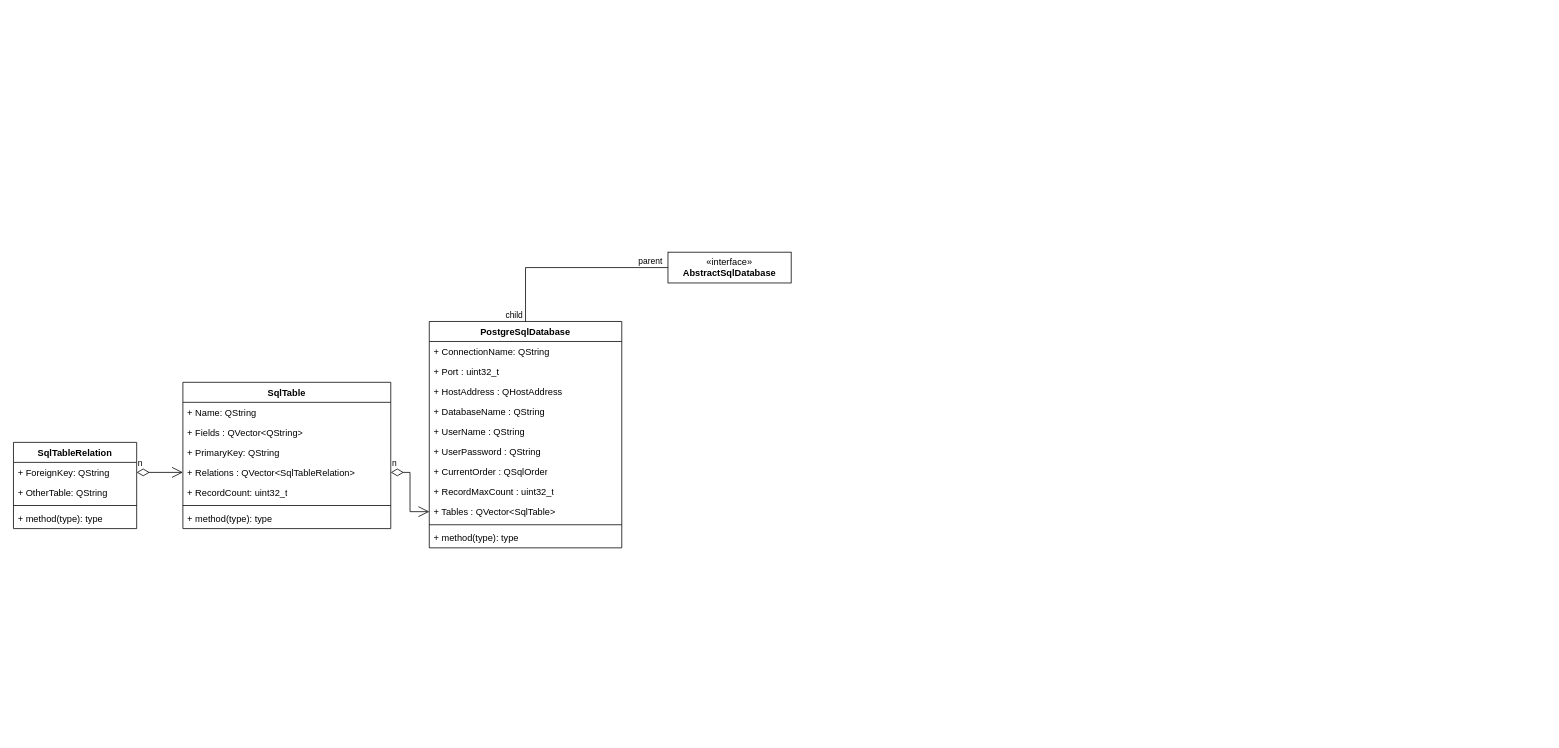
SultanLenvu/PersoAdmin keeps this draw.io diagram as Doc/uml.drawio. Above is the earlier version. Source tidied: cells renumbered, new cells numbered last; positions are measured from the earlier drawing's top-left corner, leaving out a move shared by most shapes. Both pictures are drawn from the tidied source at 77%, with x=0, y=0 at pixel (13, 252).
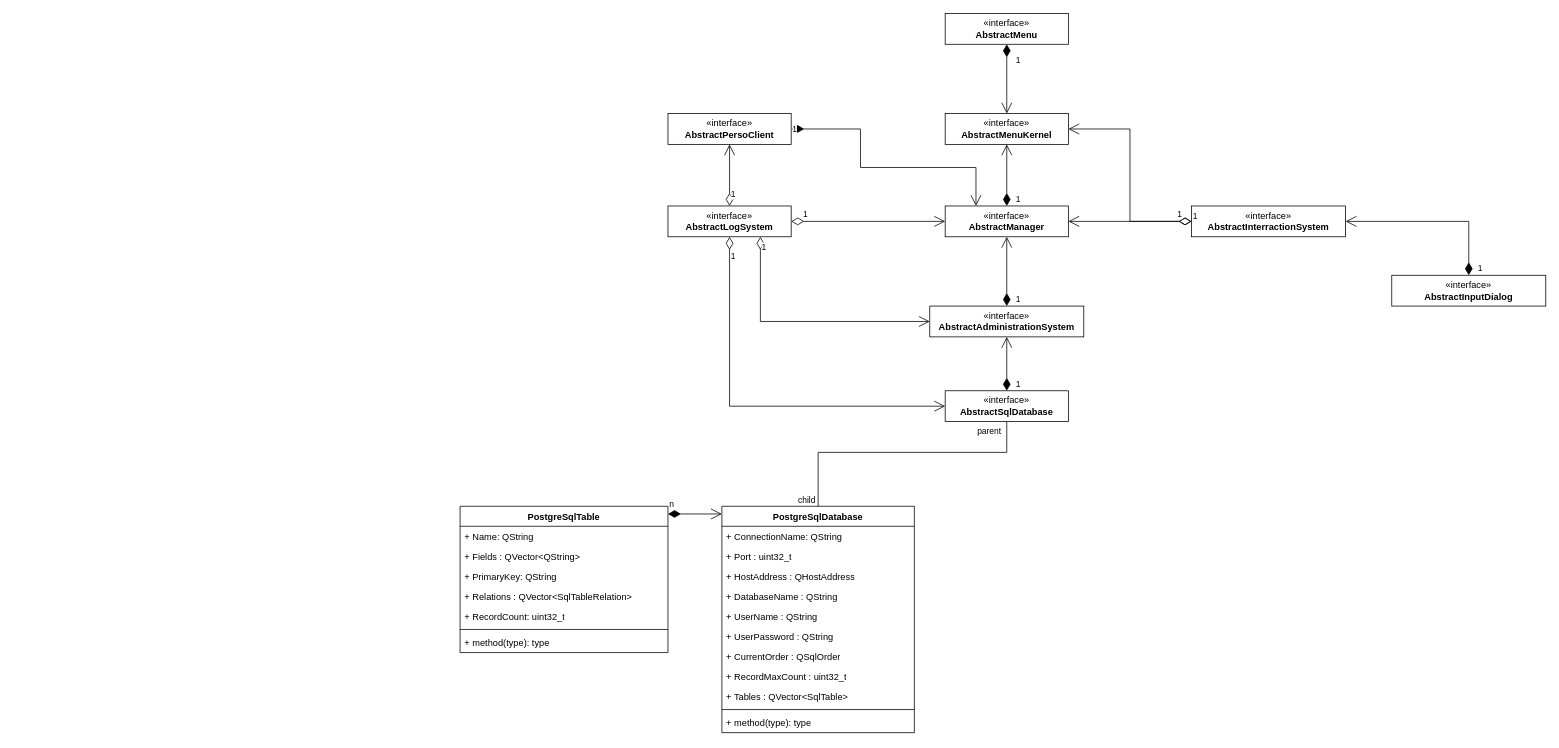
The same diagram, later.

Unchanged cells that the change refers to:
```xml
<mxCell id="11" value="+ Relations : QVector&amp;lt;SqlTableRelation&amp;gt;" style="text;strokeColor=none;fillColor=none;align=left;verticalAlign=top;spacingLeft=4;spacingRight=4;overflow=hidden;points=[[0,0.5],[1,0.5]];portConstraint=eastwest;whiteSpace=wrap;html=1;" parent="7" vertex="1">
  <mxGeometry y="104" width="270" height="26" as="geometry" />
</mxCell>
<mxCell id="25" value="+ Tables : QVector&amp;lt;SqlTable&amp;gt;" style="text;strokeColor=none;fillColor=none;align=left;verticalAlign=top;spacingLeft=4;spacingRight=4;overflow=hidden;points=[[0,0.5],[1,0.5]];portConstraint=eastwest;whiteSpace=wrap;html=1;" parent="16" vertex="1">
  <mxGeometry y="234" width="250" height="26" as="geometry" />
</mxCell>
```

Diff of the diagram source:
```diff
@@
-    <mxCell id="2" value="SqlTableRelation" style="swimlane;fontStyle=1;align=center;verticalAlign=top;horizontal=1;startSize=26;whiteSpace=wrap;html=1;" parent="1" vertex="1">
-      <mxGeometry y="247" width="160" height="112" as="geometry" />
-    </mxCell>
-    <mxCell id="3" value="+ ForeignKey: QString" style="text;strokeColor=none;fillColor=none;align=left;verticalAlign=top;spacingLeft=4;spacingRight=4;overflow=hidden;points=[[0,0.5],[1,0.5]];portConstraint=eastwest;whiteSpace=wrap;html=1;" parent="2" vertex="1">
-      <mxGeometry y="26" width="160" height="26" as="geometry" />
-    </mxCell>
-    <mxCell id="4" value="+ OtherTable: QString" style="text;strokeColor=none;fillColor=none;align=left;verticalAlign=top;spacingLeft=4;spacingRight=4;overflow=hidden;whiteSpace=wrap;html=1;" parent="2" vertex="1">
-      <mxGeometry y="52" width="160" height="26" as="geometry" />
-    </mxCell>
-    <mxCell id="5" style="line;strokeWidth=1;fillColor=none;align=left;verticalAlign=middle;spacingTop=-1;spacingLeft=3;spacingRight=3;labelPosition=right;strokeColor=inherit;" parent="2" vertex="1">
-      <mxGeometry y="78" width="160" height="8" as="geometry" />
-    </mxCell>
-    <mxCell id="6" value="+ method(type): type" style="text;strokeColor=none;fillColor=none;align=left;verticalAlign=top;spacingLeft=4;spacingRight=4;overflow=hidden;whiteSpace=wrap;html=1;" parent="2" vertex="1">
-      <mxGeometry y="86" width="160" height="26" as="geometry" />
-    </mxCell>
-    <mxCell id="7" value="SqlTable" style="swimlane;fontStyle=1;align=center;verticalAlign=top;horizontal=1;startSize=26;whiteSpace=wrap;html=1;" parent="1" vertex="1">
-      <mxGeometry x="220" y="169" width="270" height="190" as="geometry" />
+    <mxCell id="7" value="PostgreSqlTable" style="swimlane;fontStyle=1;align=center;verticalAlign=top;horizontal=1;startSize=26;whiteSpace=wrap;html=1;" parent="1" vertex="1">
+      <mxGeometry x="580" y="330" width="270" height="190" as="geometry" />
     </mxCell>
@@
     <mxCell id="15" value="«interface»&lt;br&gt;&lt;b&gt;AbstractSqlDatabase&lt;/b&gt;" style="html=1;whiteSpace=wrap;" parent="1" vertex="1">
-      <mxGeometry x="850" width="160" height="40" as="geometry" />
+      <mxGeometry x="1210" y="180" width="160" height="40" as="geometry" />
     </mxCell>
     <mxCell id="16" value="PostgreSqlDatabase" style="swimlane;fontStyle=1;align=center;verticalAlign=top;horizontal=1;startSize=26;whiteSpace=wrap;html=1;" parent="1" vertex="1">
-      <mxGeometry x="540" y="90" width="250" height="294" as="geometry" />
+      <mxGeometry x="920" y="330" width="250" height="294" as="geometry" />
     </mxCell>
@@
-    <mxCell id="28" style="endArrow=none;html=1;edgeStyle=orthogonalEdgeStyle;rounded=0;exitX=0;exitY=0.5;exitDx=0;exitDy=0;entryX=0.5;entryY=0;entryDx=0;entryDy=0;" parent="1" edge="1" source="15" target="16">
+    <mxCell id="28" style="endArrow=none;html=1;edgeStyle=orthogonalEdgeStyle;rounded=0;exitX=0.5;exitY=1;exitDx=0;exitDy=0;entryX=0.5;entryY=0;entryDx=0;entryDy=0;" parent="1" edge="1" source="15" target="16">
       <mxGeometry relative="1" as="geometry">
         <Array as="points">
-          <mxPoint x="665" y="20" />
+          <mxPoint x="1290" y="260" />
+          <mxPoint x="1045" y="260" />
         </Array>
       </mxGeometry>
     </mxCell>
     <mxCell id="29" value="parent" style="edgeLabel;html=1;align=left;verticalAlign=bottom;" parent="28" vertex="1">
       <mxGeometry x="-1" relative="1" as="geometry">
-        <mxPoint x="-40" as="offset" />
+        <mxPoint x="-40" y="20" as="offset" />
       </mxGeometry>
     </mxCell>
@@
-    <mxCell id="31" value="n" style="endArrow=open;html=1;endSize=12;startArrow=diamondThin;startSize=14;startFill=0;edgeStyle=orthogonalEdgeStyle;align=left;verticalAlign=bottom;rounded=0;" parent="1" edge="1" source="3" target="11">
-      <mxGeometry x="-1" y="3" relative="1" as="geometry" />
-    </mxCell>
-    <mxCell id="32" value="n" style="endArrow=open;html=1;endSize=12;startArrow=diamondThin;startSize=14;startFill=0;edgeStyle=orthogonalEdgeStyle;align=left;verticalAlign=bottom;rounded=0;" parent="1" edge="1" source="11" target="25">
-      <mxGeometry x="-1" y="3" relative="1" as="geometry" />
+    <mxCell id="32" value="n" style="endArrow=open;html=1;endSize=12;startArrow=diamondThin;startSize=14;startFill=1;edgeStyle=orthogonalEdgeStyle;align=left;verticalAlign=bottom;rounded=0;" parent="1" edge="1">
+      <mxGeometry x="-1" y="3" relative="1" as="geometry">
+        <mxPoint x="850" y="340" as="sourcePoint" />
+        <mxPoint x="920" y="340" as="targetPoint" />
+      </mxGeometry>
     </mxCell>
+    <mxCell id="33" value="«interface»&lt;br&gt;&lt;b&gt;AbstractMenu&lt;/b&gt;" style="html=1;whiteSpace=wrap;" parent="1" vertex="1">
+      <mxGeometry x="1210" y="-310" width="160" height="40" as="geometry" />
+    </mxCell>
+    <mxCell id="34" value="«interface»&lt;br&gt;&lt;b&gt;AbstractMenuKernel&lt;/b&gt;" style="html=1;whiteSpace=wrap;" parent="1" vertex="1">
+      <mxGeometry x="1210" y="-180" width="160" height="40" as="geometry" />
+    </mxCell>
+    <mxCell id="35" value="«interface»&lt;br&gt;&lt;b&gt;AbstractManager&lt;/b&gt;" style="html=1;whiteSpace=wrap;" parent="1" vertex="1">
+      <mxGeometry x="1210" y="-60" width="160" height="40" as="geometry" />
+    </mxCell>
+    <mxCell id="36" value="«interface»&lt;br&gt;&lt;b&gt;AbstractLogSystem&lt;/b&gt;" style="html=1;whiteSpace=wrap;" parent="1" vertex="1">
+      <mxGeometry x="850" y="-60" width="160" height="40" as="geometry" />
+    </mxCell>
+    <mxCell id="37" value="«interface»&lt;br&gt;&lt;b&gt;AbstractInterractionSystem&lt;/b&gt;" style="html=1;whiteSpace=wrap;" parent="1" vertex="1">
+      <mxGeometry x="1530" y="-60" width="200" height="40" as="geometry" />
+    </mxCell>
+    <mxCell id="38" value="«interface»&lt;br&gt;&lt;b&gt;AbstractAdministrationSystem&lt;/b&gt;" style="html=1;whiteSpace=wrap;" parent="1" vertex="1">
+      <mxGeometry x="1190" y="70" width="200" height="40" as="geometry" />
+    </mxCell>
+    <mxCell id="39" value="«interface»&lt;br&gt;&lt;b&gt;AbstractInputDialog&lt;/b&gt;" style="html=1;whiteSpace=wrap;" parent="1" vertex="1">
+      <mxGeometry x="1790" y="30" width="200" height="40" as="geometry" />
+    </mxCell>
+    <mxCell id="40" value="1" style="endArrow=open;html=1;endSize=12;startArrow=diamondThin;startSize=14;startFill=1;edgeStyle=orthogonalEdgeStyle;align=left;verticalAlign=bottom;rounded=0;exitX=0.5;exitY=1;exitDx=0;exitDy=0;" parent="1" edge="1" source="33" target="34">
+      <mxGeometry x="-0.33" y="10" relative="1" as="geometry">
+        <Array as="points">
+          <mxPoint x="1290" y="-230" />
+          <mxPoint x="1290" y="-230" />
+        </Array>
+      </mxGeometry>
+    </mxCell>
+    <mxCell id="41" value="1" style="endArrow=open;html=1;endSize=12;startArrow=diamondThin;startSize=14;startFill=1;edgeStyle=orthogonalEdgeStyle;align=left;verticalAlign=bottom;rounded=0;exitX=0.5;exitY=0;exitDx=0;exitDy=0;entryX=1;entryY=0.5;entryDx=0;entryDy=0;" parent="1" edge="1" source="39" target="37">
+      <mxGeometry x="-1" y="-10" relative="1" as="geometry" />
+    </mxCell>
+    <mxCell id="42" value="1" style="endArrow=open;html=1;endSize=12;startArrow=diamondThin;startSize=14;startFill=1;edgeStyle=orthogonalEdgeStyle;align=left;verticalAlign=bottom;rounded=0;exitX=0.5;exitY=0;exitDx=0;exitDy=0;" parent="1" edge="1" source="15" target="38">
+      <mxGeometry x="-1" y="-10" relative="1" as="geometry" />
+    </mxCell>
+    <mxCell id="43" value="1" style="endArrow=open;html=1;endSize=12;startArrow=diamondThin;startSize=14;startFill=1;edgeStyle=orthogonalEdgeStyle;align=left;verticalAlign=bottom;rounded=0;exitX=0.5;exitY=0;exitDx=0;exitDy=0;entryX=0.5;entryY=1;entryDx=0;entryDy=0;" parent="1" edge="1" source="38" target="35">
+      <mxGeometry x="-1" y="-10" relative="1" as="geometry" />
+    </mxCell>
+    <mxCell id="44" value="1" style="endArrow=open;html=1;endSize=12;startArrow=diamondThin;startSize=14;startFill=0;edgeStyle=orthogonalEdgeStyle;align=left;verticalAlign=bottom;rounded=0;exitX=0;exitY=0.5;exitDx=0;exitDy=0;entryX=1;entryY=0.5;entryDx=0;entryDy=0;" parent="1" edge="1" source="37" target="35">
+      <mxGeometry x="-1" y="3" relative="1" as="geometry" />
+    </mxCell>
+    <mxCell id="45" value="1" style="endArrow=open;html=1;endSize=12;startArrow=diamondThin;startSize=14;startFill=0;edgeStyle=orthogonalEdgeStyle;align=left;verticalAlign=bottom;rounded=0;entryX=1;entryY=0.5;entryDx=0;entryDy=0;exitX=0;exitY=0.5;exitDx=0;exitDy=0;" parent="1" edge="1" source="37">
+      <mxGeometry x="-0.86" relative="1" as="geometry">
+        <mxPoint x="1370" y="-160" as="targetPoint" />
+        <Array as="points">
+          <mxPoint x="1450" y="-40" />
+          <mxPoint x="1450" y="-160" />
+        </Array>
+      </mxGeometry>
+    </mxCell>
+    <mxCell id="46" value="1" style="endArrow=open;html=1;endSize=12;startArrow=diamondThin;startSize=14;startFill=0;edgeStyle=orthogonalEdgeStyle;align=left;verticalAlign=bottom;rounded=0;entryX=0;entryY=0.5;entryDx=0;entryDy=0;exitX=1;exitY=0.5;exitDx=0;exitDy=0;" parent="1" edge="1" source="36" target="35">
+      <mxGeometry x="-0.86" relative="1" as="geometry" />
+    </mxCell>
+    <mxCell id="47" value="1" style="endArrow=open;html=1;endSize=12;startArrow=diamondThin;startSize=14;startFill=0;edgeStyle=orthogonalEdgeStyle;align=left;verticalAlign=bottom;rounded=0;entryX=0;entryY=0.5;entryDx=0;entryDy=0;exitX=0.75;exitY=1;exitDx=0;exitDy=0;" parent="1" edge="1" source="36" target="38">
+      <mxGeometry x="-0.86" relative="1" as="geometry" />
+    </mxCell>
+    <mxCell id="48" value="1" style="endArrow=open;html=1;endSize=12;startArrow=diamondThin;startSize=14;startFill=0;edgeStyle=orthogonalEdgeStyle;align=left;verticalAlign=bottom;rounded=0;entryX=0;entryY=0.5;entryDx=0;entryDy=0;exitX=0.5;exitY=1;exitDx=0;exitDy=0;" parent="1" edge="1" source="36" target="15">
+      <mxGeometry x="-0.86" relative="1" as="geometry" />
+    </mxCell>
+    <mxCell id="49" value="«interface»&lt;br&gt;&lt;b&gt;AbstractPersoClient&lt;/b&gt;" style="html=1;whiteSpace=wrap;" parent="1" vertex="1">
+      <mxGeometry x="850" y="-180" width="160" height="40" as="geometry" />
+    </mxCell>
+    <mxCell id="50" value="1" style="endArrow=open;html=1;endSize=12;startArrow=diamondThin;startSize=14;startFill=0;edgeStyle=orthogonalEdgeStyle;align=left;verticalAlign=bottom;rounded=0;exitX=0.5;exitY=0;exitDx=0;exitDy=0;" parent="1" edge="1" source="36" target="49">
+      <mxGeometry x="-0.86" relative="1" as="geometry" />
+    </mxCell>
+    <mxCell id="51" value="1" style="endArrow=open;html=1;endSize=12;startArrow=diamondThin;startSize=14;startFill=1;edgeStyle=orthogonalEdgeStyle;align=left;verticalAlign=bottom;rounded=0;exitX=1;exitY=0.5;exitDx=0;exitDy=0;entryX=0.25;entryY=0;entryDx=0;entryDy=0;" parent="1" edge="1" source="49" target="35">
+      <mxGeometry x="-1" y="-10" relative="1" as="geometry">
+        <Array as="points">
+          <mxPoint x="1100" y="-160" />
+          <mxPoint x="1100" y="-110" />
+          <mxPoint x="1250" y="-110" />
+        </Array>
+      </mxGeometry>
+    </mxCell>
+    <mxCell id="52" value="1" style="endArrow=open;html=1;endSize=12;startArrow=diamondThin;startSize=14;startFill=1;edgeStyle=orthogonalEdgeStyle;align=left;verticalAlign=bottom;rounded=0;exitX=0.5;exitY=0;exitDx=0;exitDy=0;" parent="1" edge="1" source="35" target="34">
+      <mxGeometry x="-1" y="-10" relative="1" as="geometry" />
+    </mxCell>
```
